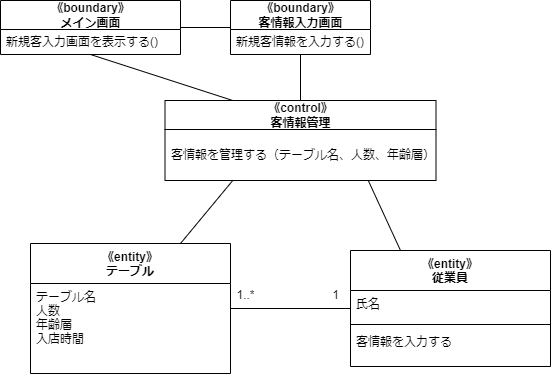
Above: psp4/分析モデルのクラス図/分析モデルクラス図_新規客.drawio.png in MasakiHiguchi/--- (draw.io), before the change. Source tidied: cells renumbered, new cells last; positions are measured from the earlier drawing's top-left corner, leaving out a move shared by most shapes.
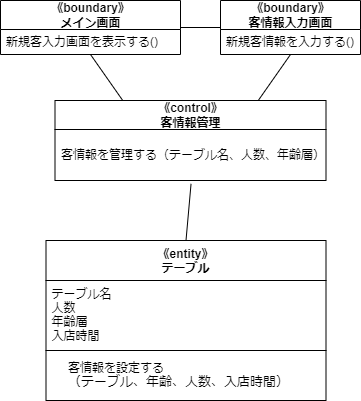
After the commit.

Diff of the diagram source:
```diff
@@ -6,16 +6,16 @@
       <mxGeometry relative="1" as="geometry" />
     </mxCell>
     <mxCell id="3" value="《boundary》&lt;br&gt;メイン画面" style="swimlane;fontStyle=1;align=center;verticalAlign=middle;horizontal=1;startSize=29;html=1;" parent="1" vertex="1">
-      <mxGeometry width="180" height="54" as="geometry" />
+      <mxGeometry x="110" width="180" height="54" as="geometry" />
     </mxCell>
     <mxCell id="4" value="新規客入力画面を表示する()" style="text;html=1;strokeColor=none;fillColor=none;align=left;verticalAlign=middle;spacingLeft=4;spacingRight=4;overflow=hidden;" parent="3" vertex="1">
       <mxGeometry y="29" width="180" height="25" as="geometry" />
     </mxCell>
-    <mxCell id="5" style="edgeStyle=none;html=1;exitX=0.5;exitY=1;exitDx=0;exitDy=0;entryX=0.5;entryY=0;entryDx=0;entryDy=0;endArrow=none;endFill=0;" parent="1" edge="1" source="6" target="9">
+    <mxCell id="5" style="edgeStyle=none;html=1;exitX=0.5;exitY=1;exitDx=0;exitDy=0;entryX=0.75;entryY=0;entryDx=0;entryDy=0;endArrow=none;endFill=0;" parent="1" edge="1" source="6" target="9">
       <mxGeometry relative="1" as="geometry" />
     </mxCell>
     <mxCell id="6" value="《boundary》&lt;br&gt;客情報入力画面" style="swimlane;fontStyle=1;align=center;verticalAlign=middle;horizontal=1;startSize=29;html=1;" parent="1" vertex="1">
-      <mxGeometry x="230" width="140" height="54" as="geometry" />
+      <mxGeometry x="330" width="140" height="54" as="geometry" />
     </mxCell>
     <mxCell id="7" value="新規客情報を入力する()" style="text;html=1;strokeColor=none;fillColor=none;align=center;verticalAlign=middle;spacingLeft=4;spacingRight=4;overflow=hidden;" parent="6" vertex="1">
       <mxGeometry y="29" width="140" height="25" as="geometry" />
@@ -29,38 +29,20 @@
     <mxCell id="10" value="客情報を管理する（テーブル名、人数、年齢層）&lt;br&gt;" style="text;html=1;strokeColor=none;fillColor=none;align=left;verticalAlign=middle;spacingLeft=4;spacingRight=4;overflow=hidden;points=[[0,0.5],[1,0.5]];portConstraint=eastwest;" parent="9" vertex="1">
       <mxGeometry y="29" width="271" height="51" as="geometry" />
     </mxCell>
-    <mxCell id="11" style="edgeStyle=none;html=1;exitX=0.75;exitY=0;exitDx=0;exitDy=0;entryX=0.25;entryY=1;entryDx=0;entryDy=0;endArrow=none;endFill=0;" parent="1" edge="1" source="12" target="9">
+    <mxCell id="11" style="edgeStyle=none;html=1;exitX=0.5;exitY=0;exitDx=0;exitDy=0;entryX=0.502;entryY=1.066;entryDx=0;entryDy=0;endArrow=none;endFill=0;entryPerimeter=0;" parent="1" edge="1" source="12" target="10">
       <mxGeometry relative="1" as="geometry" />
     </mxCell>
     <mxCell id="12" value="《entity》&#10;テーブル" style="swimlane;fontStyle=1;align=center;verticalAlign=top;horizontal=1;startSize=40;" parent="1" vertex="1">
-      <mxGeometry x="30" y="243" width="200" height="130" as="geometry" />
+      <mxGeometry x="155.5" y="240" width="280" height="110" as="geometry" />
     </mxCell>
     <mxCell id="13" value="テーブル名&#10;人数&#10;年齢層&#10;入店時間" style="text;strokeColor=none;fillColor=none;align=left;verticalAlign=top;spacingLeft=4;spacingRight=4;overflow=hidden;" parent="12" vertex="1">
-      <mxGeometry y="40" width="200" height="90" as="geometry" />
+      <mxGeometry y="40" width="280" height="70" as="geometry" />
     </mxCell>
-    <mxCell id="14" style="edgeStyle=none;html=1;exitX=0;exitY=0.5;exitDx=0;exitDy=0;entryX=1;entryY=0.5;entryDx=0;entryDy=0;endArrow=none;endFill=0;" parent="1" edge="1" source="16" target="12">
-      <mxGeometry relative="1" as="geometry" />
-    </mxCell>
-    <mxCell id="15" style="edgeStyle=none;html=1;exitX=0.25;exitY=0;exitDx=0;exitDy=0;entryX=0.75;entryY=1;entryDx=0;entryDy=0;endArrow=none;endFill=0;" parent="1" edge="1" source="16" target="9">
-      <mxGeometry relative="1" as="geometry" />
-    </mxCell>
-    <mxCell id="16" value="《entity》&#10;従業員" style="swimlane;fontStyle=1;align=center;verticalAlign=top;horizontal=1;startSize=40;" parent="1" vertex="1">
-      <mxGeometry x="350" y="250" width="200" height="116" as="geometry" />
-    </mxCell>
-    <mxCell id="17" value="氏名" style="text;strokeColor=none;fillColor=none;align=left;verticalAlign=top;spacingLeft=4;spacingRight=4;overflow=hidden;" parent="16" vertex="1">
-      <mxGeometry y="40" width="200" height="30" as="geometry" />
-    </mxCell>
-    <mxCell id="18" style="line;strokeWidth=1;fillColor=none;align=left;verticalAlign=middle;spacingTop=-1;spacingLeft=3;spacingRight=3;labelPosition=right;strokeColor=inherit;" parent="16" vertex="1">
-      <mxGeometry y="70" width="200" height="8" as="geometry" />
-    </mxCell>
-    <mxCell id="19" value="客情報を入力する&#10;" style="text;strokeColor=none;fillColor=none;align=left;verticalAlign=top;spacingLeft=4;spacingRight=4;overflow=hidden;" parent="16" vertex="1">
-      <mxGeometry y="78" width="200" height="38" as="geometry" />
-    </mxCell>
-    <mxCell id="20" value="1" style="text;html=1;align=center;verticalAlign=middle;strokeColor=none;fillColor=none;" parent="1" vertex="1">
-      <mxGeometry x="320" y="280" width="30" height="30" as="geometry" />
-    </mxCell>
-    <mxCell id="21" value="1..*" style="text;html=1;align=center;verticalAlign=middle;strokeColor=none;fillColor=none;" parent="1" vertex="1">
-      <mxGeometry x="225" y="280" width="40" height="30" as="geometry" />
-    </mxCell>
+    <mxCell id="22" style="swimlane;startSize=0;" parent="1" vertex="1">
+      <mxGeometry x="155.5" y="350" width="280" height="50" as="geometry" />
+    </mxCell>
+    <mxCell id="23" value="&lt;span style=&quot;&quot;&gt;客情報を設定する&lt;br&gt;&lt;div style=&quot;&quot;&gt;&lt;span style=&quot;font-family: &amp;quot;Architects Daughter&amp;quot;; font-size: 13px; background-color: initial;&quot;&gt;（テーブル、年齢、人数、入店時間）&lt;/span&gt;&lt;/div&gt;&lt;/span&gt;" style="text;html=1;align=left;verticalAlign=middle;strokeColor=none;fillColor=none;" parent="22" vertex="1">
+      <mxGeometry x="20" y="5" width="240" height="40" as="geometry" />
+    </mxCell>
   </root>
 </mxGraphModel>
```
